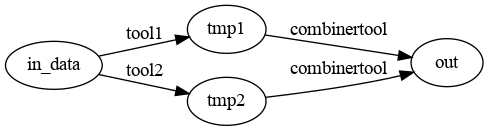
Earlier version of the Graphviz export example.png (jfass/mf2dot). Its source is kept beside it as example.dot. Source of this version:
```dot
digraph G { rankdir="LR";
out [label="out"]
tmp1 [label="tmp1"]
tmp2 [label="tmp2"]
in_data -> tmp1 [label="tool1"]
in_data -> tmp2 [label="tool2"]
tmp1 -> out [label="combinertool"]
tmp2 -> out [label="combinertool"]
}
```
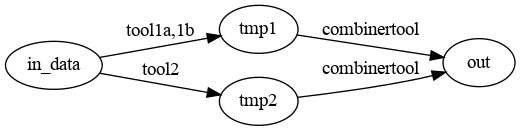
The same diagram one commit later.

The edit, as a diff of the source:
```diff
@@ -2,7 +2,7 @@
 out [label="out"]
 tmp1 [label="tmp1"]
 tmp2 [label="tmp2"]
-in_data -> tmp1 [label="tool1"]
+in_data -> tmp1 [label="tool1a,1b"]
 in_data -> tmp2 [label="tool2"]
 tmp1 -> out [label="combinertool"]
 tmp2 -> out [label="combinertool"]
```
